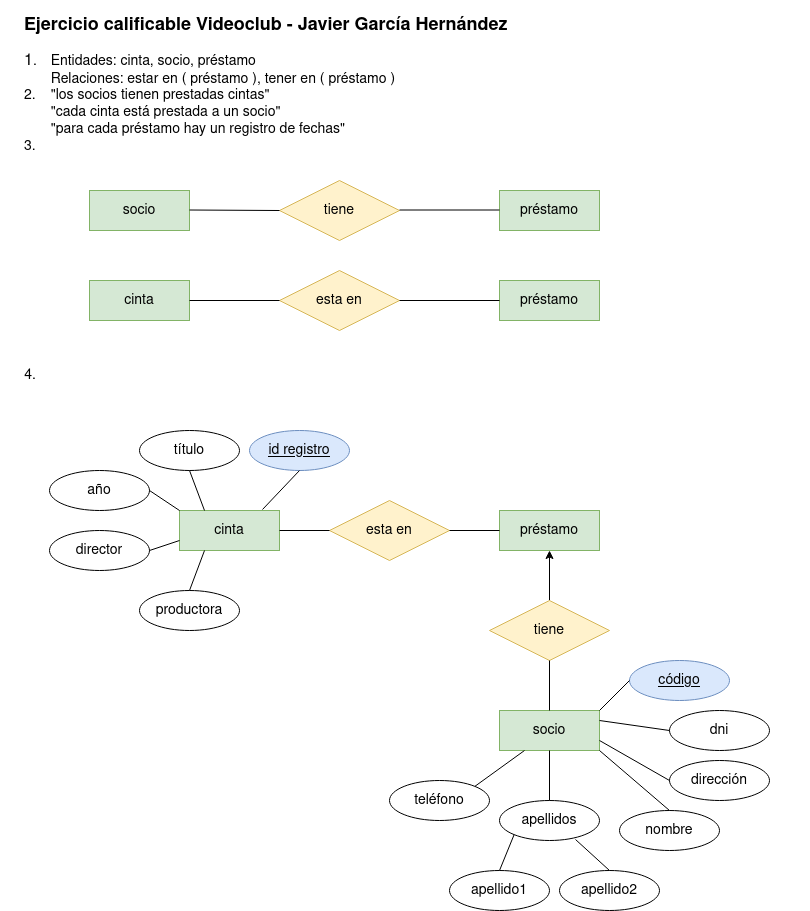
Before: ejercicioevaluable1.png, a diagram exported from draw.io (javigh193/bae). Source tidied: cells renumbered, new cells last; positions are measured from the earlier drawing's top-left corner, leaving out a move shared by most shapes.
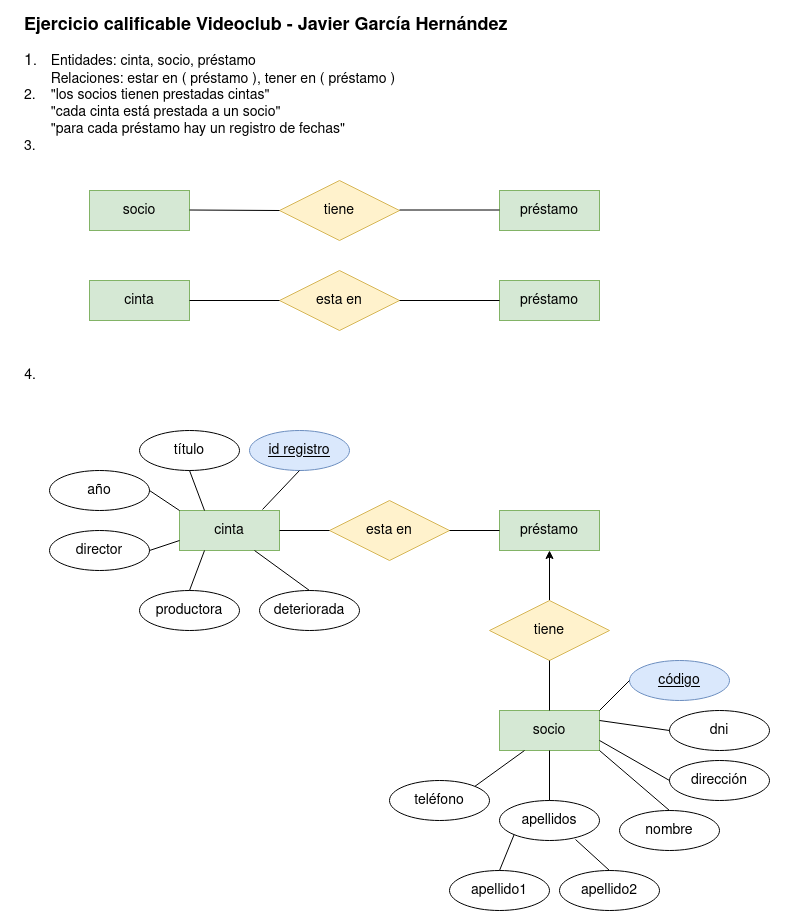
The same diagram one commit later.

The edit, as a diff of the source:
```diff
@@ -148,5 +148,11 @@
     <mxCell id="48" style="endArrow=none;html=1;rounded=0;fontSize=14;exitX=0.5;exitY=0;exitDx=0;exitDy=0;entryX=0.25;entryY=1;entryDx=0;entryDy=0;" parent="1" edge="1" source="47" target="12">
       <mxGeometry relative="1" as="geometry" />
     </mxCell>
+    <mxCell id="49" value="deteriorada" style="ellipse;whiteSpace=wrap;html=1;align=center;fontSize=14;" parent="1" vertex="1">
+      <mxGeometry x="259" y="580" width="100" height="40" as="geometry" />
+    </mxCell>
+    <mxCell id="50" style="endArrow=none;html=1;rounded=0;fontSize=14;exitX=0.75;exitY=1;exitDx=0;exitDy=0;entryX=0.5;entryY=0;entryDx=0;entryDy=0;" parent="1" edge="1" source="12" target="49">
+      <mxGeometry relative="1" as="geometry" />
+    </mxCell>
   </root>
 </mxGraphModel>
```
